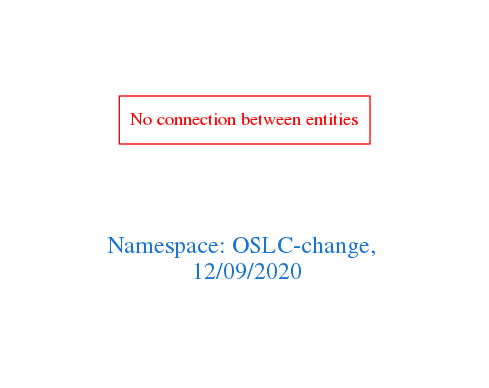
The Graphviz diagram downloads/OSLC-change.png in arago/OGIT, before a commit. Its source is kept beside it as downloads/OSLC-change.dot.
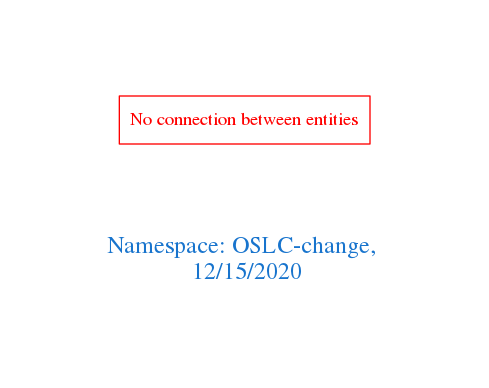
After the commit.

The edit, as a diff of the source:
```diff
@@ -1,7 +1,7 @@
 digraph OGIT_ontology {
  graph [ rankdir= LR,pad=1
 fontsize = 18,
-fontcolor= dodgerblue3,label = "\n\n\nNamespace: OSLC-change, \n 12/09/2020"];
+fontcolor= dodgerblue3,label = "\n\n\nNamespace: OSLC-change, \n 12/15/2020"];
 node[shape=polygon];
 edge [  color="gray81"];
 
```
